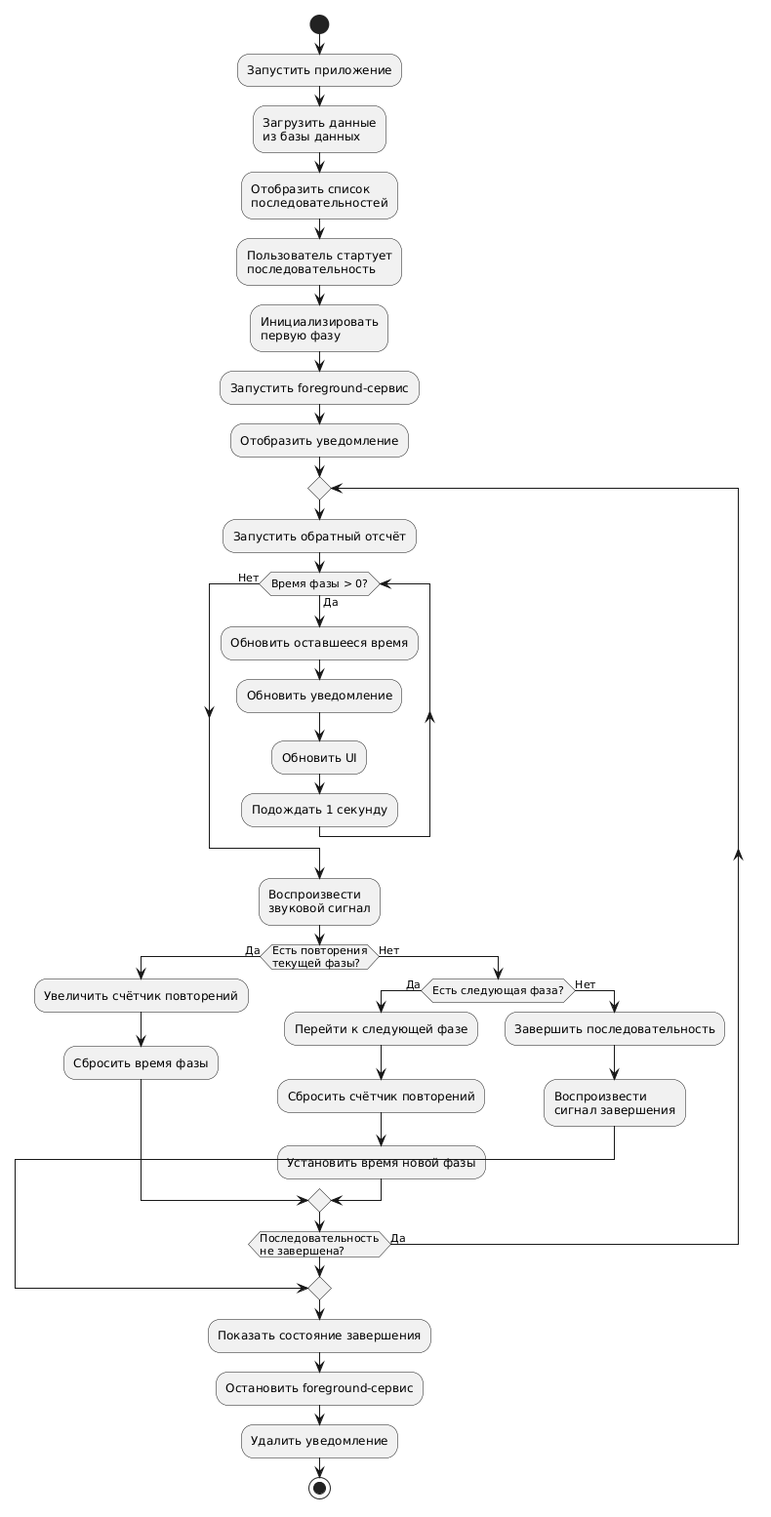
The PlantUML diagram Reports/LR2/img/activity.png in Dmitro44/Mobilki, before a commit. Source of this version:
```plantuml
@startuml
start

:Запустить приложение;

:Загрузить данные\nиз базы данных;

:Отобразить список\nпоследовательностей;

:Пользователь cтартует\nпоследовательность;

:Инициализировать\nпервую фазу;

:Запустить foreground-сервис;

:Отобразить уведомление;

repeat
  :Запустить обратный отсчёт;

  while (Время фазы > 0?) is (Да)
    :Обновить оставшееся время;
    :Обновить уведомление;
    :Обновить UI;
    :Подождать 1 секунду;
  endwhile (Нет)

  :Воспроизвести\nзвуковой сигнал;

  if (Есть повторения\nтекущей фазы?) then (Да)
    :Увеличить счётчик повторений;
    :Сбросить время фазы;
  else (Нет)
    if (Есть следующая фаза?) then (Да)
      :Перейти к следующей фазе;
      :Сбросить счётчик повторений;
      :Установить время новой фазы;
    else (Нет)
      :Завершить последовательность;
      :Воспроизвести\nсигнал завершения;
      break
    endif
  endif

repeat while (Последовательность\nне завершена?) is (Да)

:Показать состояние завершения;

:Остановить foreground-сервис;

:Удалить уведомление;

stop
@enduml
```
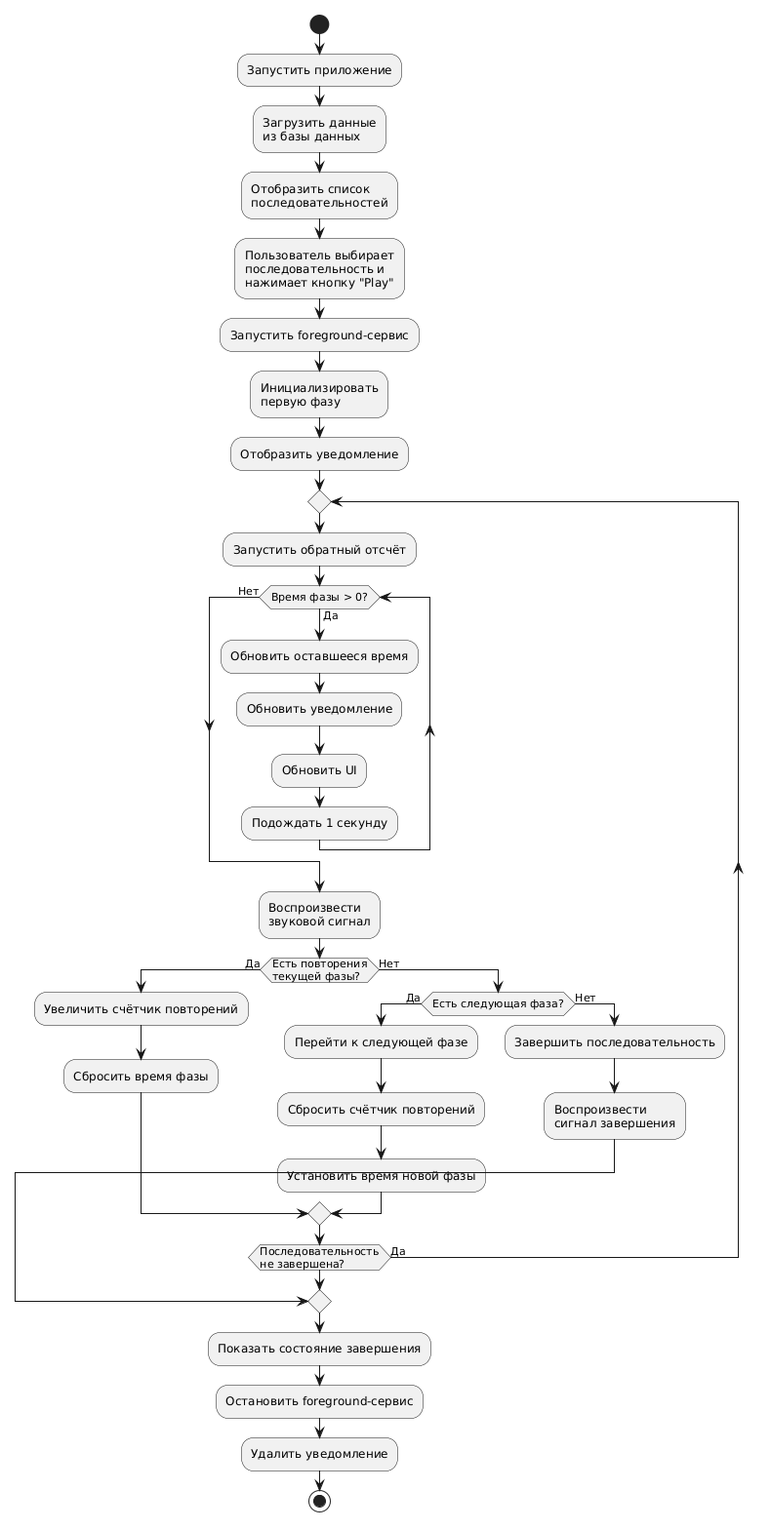
Later version of the same file.

Change to the diagram source:
```diff
@@ -7,11 +7,11 @@
 
 :Отобразить список\nпоследовательностей;
 
-:Пользователь cтартует\nпоследовательность;
+:Пользователь выбирает\nпоследовательность и\nнажимает кнопку "Play";
+
+:Запустить foreground-сервис;
 
 :Инициализировать\nпервую фазу;
-
-:Запустить foreground-сервис;
 
 :Отобразить уведомление;
 
```
